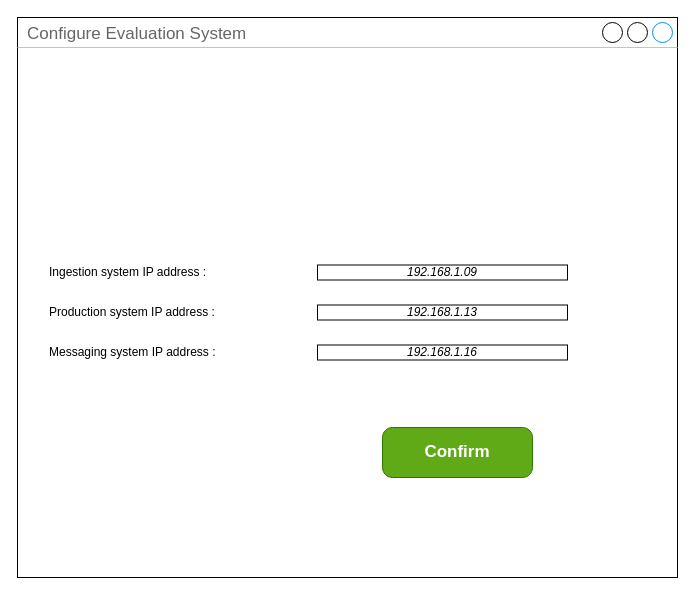
The draw.io diagram configure/evaluation system (JACO)/evaluation_system.drawio in BaffoBello14/AutomaticDamagesRecognition, before the edit. Source tidied: cells renumbered, new cells numbered last; positions are measured from the earlier drawing's top-left corner, leaving out a move shared by most shapes. Both pictures are drawn from the tidied source at 100%, with x=0, y=0 at pixel (17, 17).
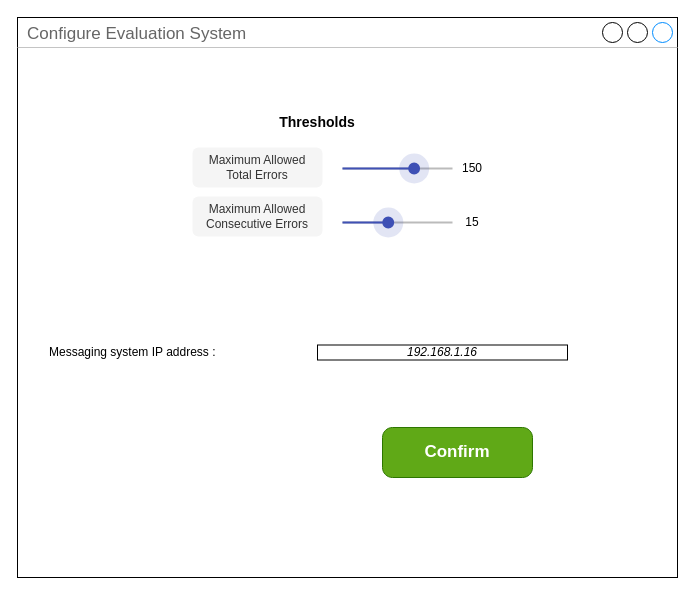
Above is the later version.

The edit, as a diff of the source:
```diff
@@
 <mxGraphModel>
   <root>
     <mxCell id="0" />
     <mxCell id="1" parent="0" />
     <mxCell id="2" value="Configure Evaluation System" style="strokeWidth=1;shadow=0;dashed=0;align=center;html=1;shape=mxgraph.mockup.containers.window;align=left;verticalAlign=top;spacingLeft=8;strokeColor2=#008cff;strokeColor3=#c4c4c4;fontColor=#666666;mainText=;fontSize=17;labelBackgroundColor=none;whiteSpace=wrap;" parent="1" vertex="1">
       <mxGeometry width="660" height="560" as="geometry" />
     </mxCell>
     <mxCell id="3" value="Confirm" style="strokeWidth=1;shadow=0;dashed=0;align=center;html=1;shape=mxgraph.mockup.buttons.button;strokeColor=#2D7600;fontColor=#ffffff;mainText=;buttonStyle=round;fontSize=17;fontStyle=1;fillColor=#60a917;whiteSpace=wrap;" parent="1" vertex="1">
       <mxGeometry x="365" y="410" width="150" height="50" as="geometry" />
     </mxCell>
-    <mxCell id="4" value="Ingestion system IP address :" style="text;html=1;strokeColor=none;fillColor=none;align=left;verticalAlign=middle;whiteSpace=wrap;rounded=0;" parent="1" vertex="1">
-      <mxGeometry x="30" y="240" width="210" height="30" as="geometry" />
-    </mxCell>
-    <mxCell id="5" value="&lt;i style=&quot;border-color: var(--border-color);&quot;&gt;&lt;font style=&quot;border-color: var(--border-color);&quot;&gt;192.168.1.09&lt;/font&gt;&lt;/i&gt;" style="rounded=0;whiteSpace=wrap;html=1;fontColor=#000000;" parent="1" vertex="1">
-      <mxGeometry x="300" y="247.5" width="250" height="15" as="geometry" />
-    </mxCell>
-    <mxCell id="6" value="Production system IP address :" style="text;html=1;strokeColor=none;fillColor=none;align=left;verticalAlign=middle;whiteSpace=wrap;rounded=0;" parent="1" vertex="1">
-      <mxGeometry x="30" y="280" width="210" height="30" as="geometry" />
-    </mxCell>
-    <mxCell id="7" value="&lt;i style=&quot;border-color: var(--border-color);&quot;&gt;&lt;font style=&quot;border-color: var(--border-color);&quot;&gt;192.168.1.13&lt;/font&gt;&lt;/i&gt;" style="rounded=0;whiteSpace=wrap;html=1;fontColor=#000000;" parent="1" vertex="1">
-      <mxGeometry x="300" y="287.5" width="250" height="15" as="geometry" />
-    </mxCell>
     <mxCell id="8" value="Messaging system IP address :" style="text;html=1;strokeColor=none;fillColor=none;align=left;verticalAlign=middle;whiteSpace=wrap;rounded=0;" parent="1" vertex="1">
       <mxGeometry x="30" y="320" width="210" height="30" as="geometry" />
     </mxCell>
     <mxCell id="9" value="&lt;i style=&quot;border-color: var(--border-color);&quot;&gt;&lt;font style=&quot;border-color: var(--border-color);&quot;&gt;192.168.1.16&lt;/font&gt;&lt;/i&gt;" style="rounded=0;whiteSpace=wrap;html=1;fontColor=#000000;" parent="1" vertex="1">
       <mxGeometry x="300" y="327.5" width="250" height="15" as="geometry" />
     </mxCell>
+    <mxCell id="10" value="Thresholds" style="text;html=1;strokeColor=none;fillColor=none;align=center;verticalAlign=middle;whiteSpace=wrap;rounded=0;fontStyle=1;fontSize=14;" parent="1" vertex="1">
+      <mxGeometry x="215" y="90" width="170" height="30" as="geometry" />
+    </mxCell>
+    <mxCell id="11" value="Maximum Allowed &lt;br&gt;Total Errors" style="text;html=1;strokeColor=none;fillColor=#f5f5f5;align=center;verticalAlign=middle;whiteSpace=wrap;rounded=1;fontColor=#333333;" parent="1" vertex="1">
+      <mxGeometry x="175" y="130" width="130" height="40" as="geometry" />
+    </mxCell>
+    <mxCell id="12" style="dashed=0;verticalLabelPosition=bottom;verticalAlign=top;align=center;shape=mxgraph.gmdl.sliderFocused;barPos=65.17;strokeColor=#3F51B5;opacity=100;strokeWidth=2;fillColor=#3F51B5;handleSize=30;shadow=0;html=1;" parent="1" vertex="1">
+      <mxGeometry x="325" y="136" width="110" height="30" as="geometry" />
+    </mxCell>
+    <mxCell id="13" value="150" style="text;html=1;align=center;verticalAlign=middle;whiteSpace=wrap;rounded=1;" parent="1" vertex="1">
+      <mxGeometry x="425" y="131" width="60" height="40" as="geometry" />
+    </mxCell>
+    <mxCell id="14" value="Maximum Allowed &lt;br&gt;Consecutive Errors" style="text;html=1;strokeColor=none;fillColor=#f5f5f5;align=center;verticalAlign=middle;whiteSpace=wrap;rounded=1;fontColor=#333333;" parent="1" vertex="1">
+      <mxGeometry x="175" y="179" width="130" height="40" as="geometry" />
+    </mxCell>
+    <mxCell id="15" style="dashed=0;verticalLabelPosition=bottom;verticalAlign=top;align=center;shape=mxgraph.gmdl.sliderFocused;barPos=41.64;strokeColor=#3F51B5;opacity=100;strokeWidth=2;fillColor=#3F51B5;handleSize=30;shadow=0;html=1;" parent="1" vertex="1">
+      <mxGeometry x="325" y="190" width="110" height="30" as="geometry" />
+    </mxCell>
+    <mxCell id="16" value="15" style="text;html=1;align=center;verticalAlign=middle;whiteSpace=wrap;rounded=1;" parent="1" vertex="1">
+      <mxGeometry x="425" y="185" width="60" height="40" as="geometry" />
+    </mxCell>
   </root>
 </mxGraphModel>
```
